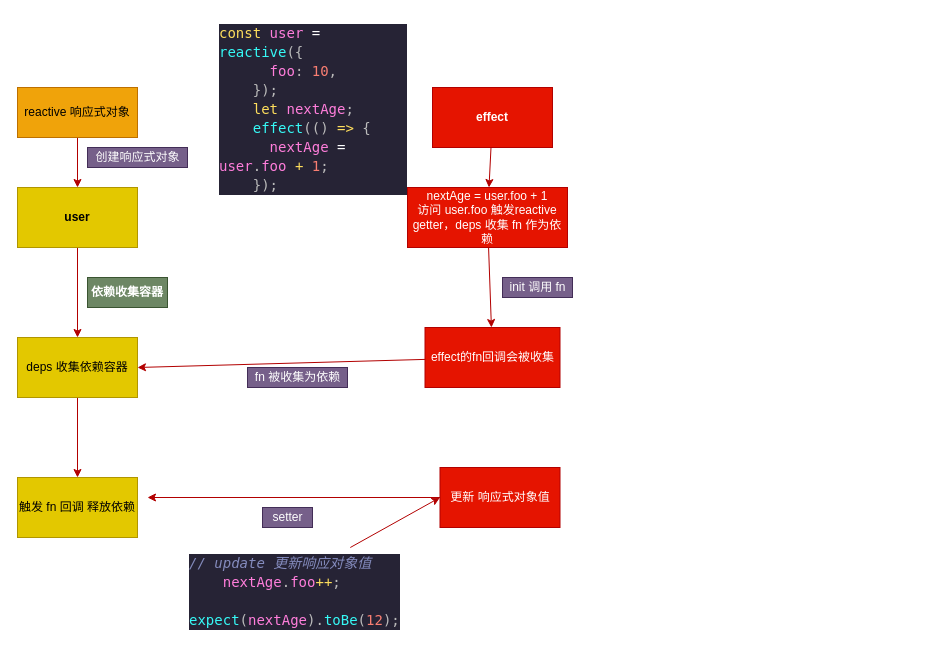
The draw.io diagram reactive.dio in ChenHaoJie9527/pony-vue3, before the edit. Source tidied: cells renumbered, new cells numbered last; positions are measured from the earlier drawing's top-left corner, leaving out a move shared by most shapes. Both pictures are drawn from the tidied source at 100%, with x=0, y=0 at pixel (17, 17).
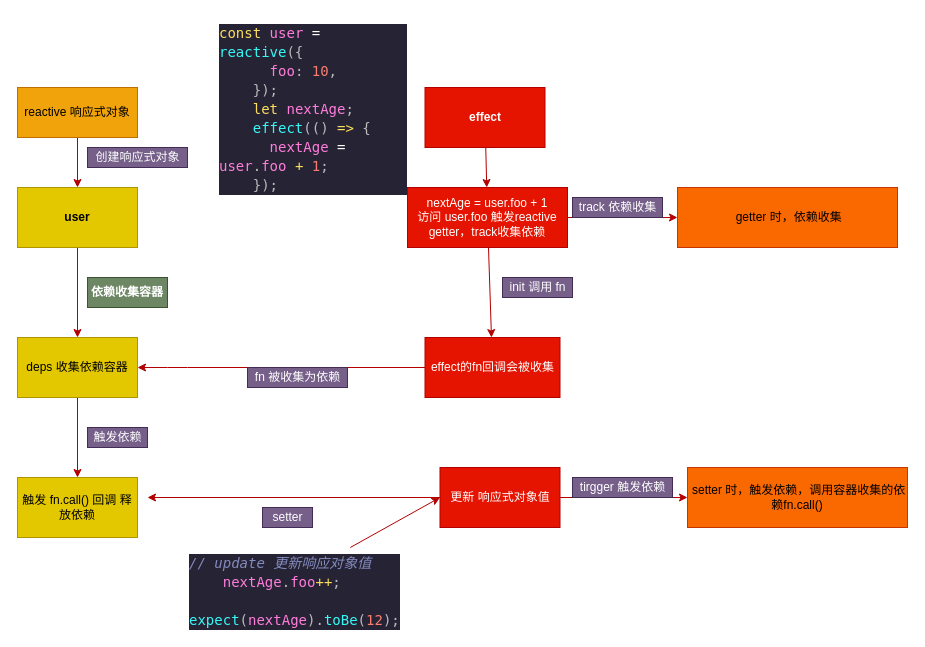
The same page after the edit.

Unchanged cells that the change refers to:
```xml
<mxCell id="5" value="deps 收集依赖容器" style="rounded=0;whiteSpace=wrap;html=1;fillColor=#e3c800;fontColor=#000000;strokeColor=#B09500;" parent="1" vertex="1">
  <mxGeometry y="320" width="120" height="60" as="geometry" />
</mxCell>
<mxCell id="22" value="更新 响应式对象值" style="rounded=0;whiteSpace=wrap;html=1;fillColor=#e51400;fontColor=#ffffff;strokeColor=#B20000;" parent="1" vertex="1">
  <mxGeometry x="422.5" y="450" width="120" height="60" as="geometry" />
</mxCell>
```

The edit, as a diff of the source:
```diff
@@
     <mxCell id="8" value="&lt;b&gt;effect&lt;/b&gt;" style="rounded=0;whiteSpace=wrap;html=1;fillColor=#e51400;fontColor=#ffffff;strokeColor=#B20000;" parent="1" vertex="1">
-      <mxGeometry x="415" y="70" width="120" height="60" as="geometry" />
+      <mxGeometry x="407.5" y="70" width="120" height="60" as="geometry" />
     </mxCell>
@@
+    <mxCell id="25" style="edgeStyle=none;html=1;fillColor=#e51400;strokeColor=#B20000;" parent="1" edge="1" source="12" target="28">
+      <mxGeometry relative="1" as="geometry" />
+    </mxCell>
-    <mxCell id="12" value="nextAge = user.foo + 1&lt;br&gt;访问 user.foo 触发reactive getter，deps 收集 fn 作为依赖" style="rounded=0;whiteSpace=wrap;html=1;fillColor=#e51400;fontColor=#ffffff;strokeColor=#B20000;" parent="1" vertex="1">
+    <mxCell id="12" value="nextAge = user.foo + 1&lt;br&gt;访问 user.foo 触发reactive getter，track收集依赖" style="rounded=0;whiteSpace=wrap;html=1;fillColor=#e51400;fontColor=#ffffff;strokeColor=#B20000;" parent="1" vertex="1">
       <mxGeometry x="390" y="170" width="160" height="60" as="geometry" />
     </mxCell>
     <mxCell id="13" style="edgeStyle=none;html=1;entryX=1;entryY=0.5;entryDx=0;entryDy=0;fillColor=#e51400;strokeColor=#B20000;" parent="1" edge="1" source="14" target="5">
-      <mxGeometry relative="1" as="geometry" />
+      <mxGeometry relative="1" as="geometry">
+        <Array as="points">
+          <mxPoint x="160" y="350" />
+        </Array>
+      </mxGeometry>
     </mxCell>
     <mxCell id="14" value="effect的fn回调会被收集" style="rounded=0;whiteSpace=wrap;html=1;fillColor=#e51400;fontColor=#ffffff;strokeColor=#B20000;" parent="1" vertex="1">
-      <mxGeometry x="407.5" y="310" width="135" height="60" as="geometry" />
+      <mxGeometry x="407.5" y="320" width="135" height="60" as="geometry" />
     </mxCell>
@@
+    <mxCell id="26" style="edgeStyle=none;html=1;entryX=0;entryY=0.5;entryDx=0;entryDy=0;fillColor=#e51400;strokeColor=#B20000;" parent="1" edge="1" source="22" target="30">
+      <mxGeometry relative="1" as="geometry" />
+    </mxCell>
@@
-    <mxCell id="24" value="触发 fn 回调 释放依赖" style="whiteSpace=wrap;html=1;fillColor=#e3c800;strokeColor=#B09500;fontColor=#000000;rounded=0;" parent="1" vertex="1">
+    <mxCell id="24" value="触发 fn.call() 回调 释放依赖" style="whiteSpace=wrap;html=1;fillColor=#e3c800;strokeColor=#B09500;fontColor=#000000;rounded=0;" parent="1" vertex="1">
       <mxGeometry y="460" width="120" height="60" as="geometry" />
     </mxCell>
+    <mxCell id="27" value="触发依赖" style="text;html=1;align=center;verticalAlign=middle;strokeColor=#432D57;fillColor=#76608a;fontColor=#ffffff;" parent="1" vertex="1">
+      <mxGeometry x="70" y="410" width="60" height="20" as="geometry" />
+    </mxCell>
+    <mxCell id="28" value="&amp;nbsp;getter 时，依赖收集" style="rounded=0;whiteSpace=wrap;html=1;fillColor=#fa6800;fontColor=#000000;strokeColor=#C73500;" parent="1" vertex="1">
+      <mxGeometry x="660" y="170" width="220" height="60" as="geometry" />
+    </mxCell>
+    <mxCell id="29" value="track 依赖收集" style="text;html=1;align=center;verticalAlign=middle;strokeColor=#432D57;fillColor=#76608a;fontColor=#ffffff;" parent="1" vertex="1">
+      <mxGeometry x="555" y="180" width="90" height="20" as="geometry" />
+    </mxCell>
+    <mxCell id="30" value="&amp;nbsp;setter 时，触发依赖，调用容器收集的依赖fn.call()" style="rounded=0;whiteSpace=wrap;html=1;fillColor=#fa6800;fontColor=#000000;strokeColor=#C73500;" parent="1" vertex="1">
+      <mxGeometry x="670" y="450" width="220" height="60" as="geometry" />
+    </mxCell>
+    <mxCell id="31" value="tirgger 触发依赖" style="text;html=1;align=center;verticalAlign=middle;strokeColor=#432D57;fillColor=#76608a;fontColor=#ffffff;" parent="1" vertex="1">
+      <mxGeometry x="555" y="460" width="100" height="20" as="geometry" />
+    </mxCell>
```
